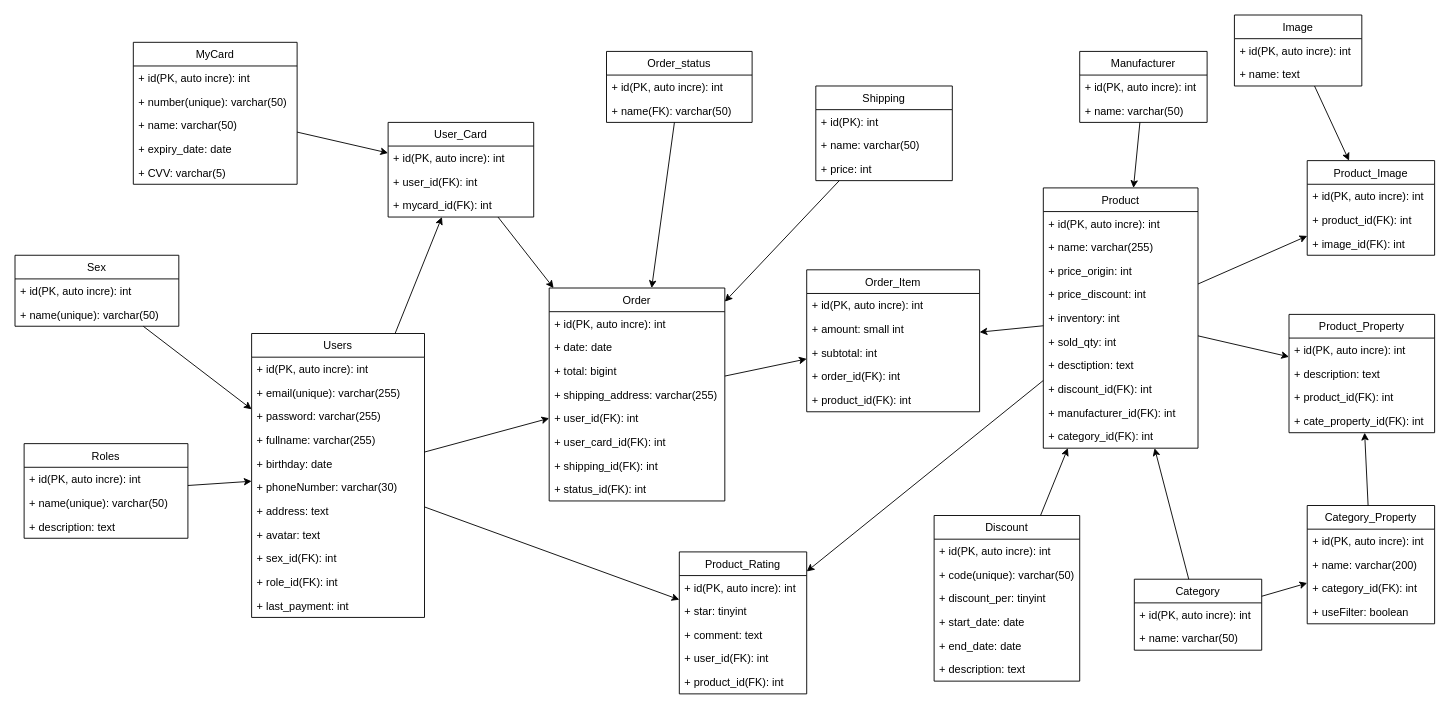
The draw.io diagram gear3s_db.drawio in Dev3loperS/gear3s_database, before the edit. Source tidied: cells renumbered, new cells numbered last; positions are measured from the earlier drawing's top-left corner, leaving out a move shared by most shapes. Both pictures are drawn from the tidied source at 91%, with x=0, y=0 at pixel (15, 15).
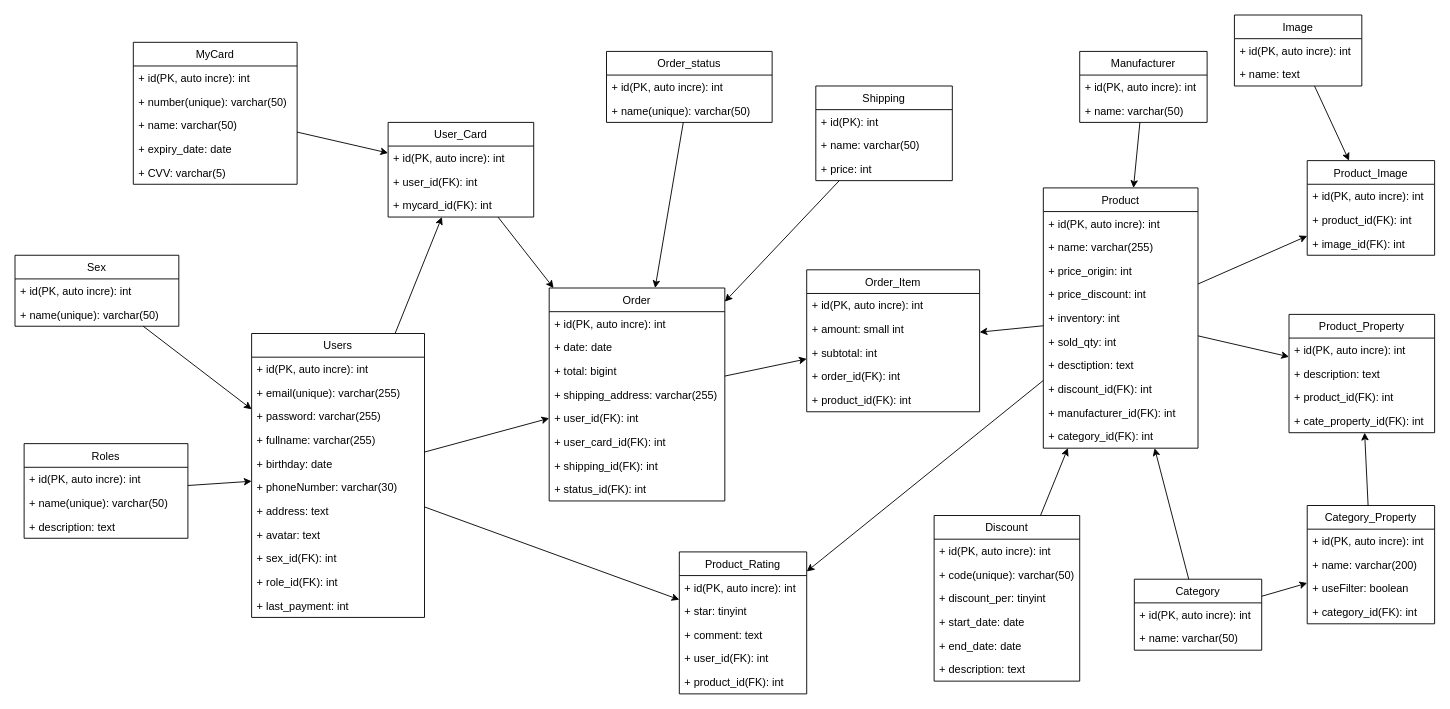
After the change.

Unchanged cells that the change refers to:
```xml
<mxCell id="51" value="Category_Property" style="swimlane;fontStyle=0;horizontal=1;startSize=26;fillColor=none;" parent="1" vertex="1">
  <mxGeometry x="1420" y="539" width="140" height="130" as="geometry" />
</mxCell>
```

Diff of the diagram source:
```diff
@@
+    <mxCell id="55" value="+ useFilter: boolean" style="text;strokeColor=none;fillColor=none;align=left;verticalAlign=top;spacingLeft=4;spacingRight=4;overflow=hidden;" parent="51" vertex="1">
+      <mxGeometry y="78" width="140" height="26" as="geometry" />
+    </mxCell>
     <mxCell id="54" value="+ category_id(FK): int" style="text;strokeColor=none;fillColor=none;align=left;verticalAlign=top;spacingLeft=4;spacingRight=4;overflow=hidden;" parent="51" vertex="1">
-      <mxGeometry y="78" width="140" height="26" as="geometry" />
+      <mxGeometry y="104" width="140" height="26" as="geometry" />
     </mxCell>
-    <mxCell id="55" value="+ useFilter: boolean" style="text;strokeColor=none;fillColor=none;align=left;verticalAlign=top;spacingLeft=4;spacingRight=4;overflow=hidden;" parent="51" vertex="1">
-      <mxGeometry y="104" width="140" height="26" as="geometry" />
-    </mxCell>
@@
     <mxCell id="80" value="Order_status" style="swimlane;fontStyle=0;horizontal=1;startSize=26;fillColor=none;" parent="1" vertex="1">
-      <mxGeometry x="650" y="40" width="160" height="78" as="geometry" />
+      <mxGeometry x="650" y="40" width="182" height="78" as="geometry" />
     </mxCell>
     <mxCell id="81" value="+ id(PK, auto incre): int" style="text;strokeColor=none;fillColor=none;align=left;verticalAlign=top;spacingLeft=4;spacingRight=4;overflow=hidden;" parent="80" vertex="1">
-      <mxGeometry y="26" width="160" height="26" as="geometry" />
+      <mxGeometry y="26" width="182" height="26" as="geometry" />
     </mxCell>
-    <mxCell id="82" value="+ name(FK): varchar(50)" style="text;strokeColor=none;fillColor=none;align=left;verticalAlign=top;spacingLeft=4;spacingRight=4;overflow=hidden;" parent="80" vertex="1">
-      <mxGeometry y="52" width="160" height="26" as="geometry" />
+    <mxCell id="82" value="+ name(unique): varchar(50)" style="text;strokeColor=none;fillColor=none;align=left;verticalAlign=top;spacingLeft=4;spacingRight=4;overflow=hidden;" parent="80" vertex="1">
+      <mxGeometry y="52" width="182" height="26" as="geometry" />
     </mxCell>
```
